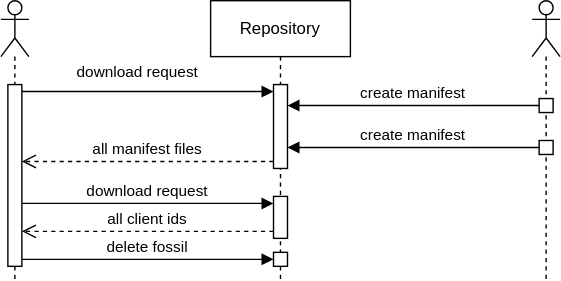
Earlier version of the draw.io export paper/figures/manifest_ordering.drawio.svg (Deric-W/vinculum). Source tidied: cells renumbered, new cells last; positions are measured from the earlier drawing's top-left corner, leaving out a move shared by most shapes. Source of this version:
```xml
<mxGraphModel>
  <root>
    <mxCell id="0" />
    <mxCell id="1" parent="0" />
    <mxCell id="2" style="shape=umlLifeline;perimeter=lifelinePerimeter;whiteSpace=wrap;newEdgeStyle={&quot;curved&quot;:0,&quot;rounded&quot;:0};participant=umlActor;" parent="1" vertex="1">
      <mxGeometry width="20" height="200" as="geometry" />
    </mxCell>
    <mxCell id="3" style="points=[[0,0,0,0,5],[0,1,0,0,-5],[1,0,0,0,5],[1,1,0,0,-5]];perimeter=orthogonalPerimeter;outlineConnect=0;targetShapes=umlLifeline;portConstraint=eastwest;newEdgeStyle={&quot;curved&quot;:0,&quot;rounded&quot;:0};" parent="2" vertex="1">
      <mxGeometry x="5" y="60" width="10" height="130" as="geometry" />
    </mxCell>
    <mxCell id="4" value="Repository" style="shape=umlLifeline;perimeter=lifelinePerimeter;whiteSpace=wrap;newEdgeStyle={&quot;curved&quot;:0,&quot;rounded&quot;:0};" parent="1" vertex="1">
      <mxGeometry x="150" width="100" height="200" as="geometry" />
    </mxCell>
    <mxCell id="5" style="points=[[0,0,0,0,5],[0,1,0,0,-5],[1,0,0,0,5],[1,1,0,0,-5]];perimeter=orthogonalPerimeter;outlineConnect=0;targetShapes=umlLifeline;portConstraint=eastwest;newEdgeStyle={&quot;curved&quot;:0,&quot;rounded&quot;:0};" parent="4" vertex="1">
      <mxGeometry x="45" y="60" width="10" height="60" as="geometry" />
    </mxCell>
    <mxCell id="6" style="points=[[0,0,0,0,5],[0,1,0,0,-5],[1,0,0,0,5],[1,1,0,0,-5]];perimeter=orthogonalPerimeter;outlineConnect=0;targetShapes=umlLifeline;portConstraint=eastwest;newEdgeStyle={&quot;curved&quot;:0,&quot;rounded&quot;:0};" parent="4" vertex="1">
      <mxGeometry x="45" y="180" width="10" height="10" as="geometry" />
    </mxCell>
    <mxCell id="7" style="points=[[0,0,0,0,5],[0,1,0,0,-5],[1,0,0,0,5],[1,1,0,0,-5]];perimeter=orthogonalPerimeter;outlineConnect=0;targetShapes=umlLifeline;portConstraint=eastwest;newEdgeStyle={&quot;curved&quot;:0,&quot;rounded&quot;:0};" parent="4" vertex="1">
      <mxGeometry x="45" y="140" width="10" height="30" as="geometry" />
    </mxCell>
    <mxCell id="8" value="download request" style="verticalAlign=bottom;endArrow=block;curved=0;rounded=0;entryX=0;entryY=0;entryDx=0;entryDy=5;exitX=1;exitY=0;exitDx=0;exitDy=5;exitPerimeter=0;" parent="1" edge="1" source="3" target="5">
      <mxGeometry x="-0.08" y="5" relative="1" as="geometry" />
    </mxCell>
    <mxCell id="9" value="all manifest files" style="verticalAlign=bottom;endArrow=open;dashed=1;endSize=8;curved=0;rounded=0;exitX=0;exitY=1;exitDx=0;exitDy=-5;" parent="1" edge="1" source="5" target="3">
      <mxGeometry relative="1" as="geometry" />
    </mxCell>
    <mxCell id="10" value="delete fossil" style="verticalAlign=bottom;endArrow=block;curved=0;rounded=0;entryX=0;entryY=0;entryDx=0;entryDy=5;" parent="1" edge="1" source="3" target="6">
      <mxGeometry relative="1" as="geometry" />
    </mxCell>
    <mxCell id="11" value="download request" style="verticalAlign=bottom;endArrow=block;curved=0;rounded=0;entryX=0;entryY=0;entryDx=0;entryDy=5;" parent="1" edge="1" source="3" target="7">
      <mxGeometry relative="1" as="geometry" />
    </mxCell>
    <mxCell id="12" value="all client ids" style="verticalAlign=bottom;endArrow=open;dashed=1;endSize=8;curved=0;rounded=0;exitX=0;exitY=1;exitDx=0;exitDy=-5;" parent="1" edge="1" source="7" target="3">
      <mxGeometry relative="1" as="geometry" />
    </mxCell>
    <mxCell id="13" style="shape=umlLifeline;perimeter=lifelinePerimeter;whiteSpace=wrap;newEdgeStyle={&quot;curved&quot;:0,&quot;rounded&quot;:0};participant=umlActor;" parent="1" vertex="1">
      <mxGeometry x="380" width="20" height="200" as="geometry" />
    </mxCell>
    <mxCell id="14" style="points=[[0,0,0,0,5],[0,1,0,0,-5],[1,0,0,0,5],[1,1,0,0,-5]];perimeter=orthogonalPerimeter;outlineConnect=0;targetShapes=umlLifeline;portConstraint=eastwest;newEdgeStyle={&quot;curved&quot;:0,&quot;rounded&quot;:0};" parent="13" vertex="1">
      <mxGeometry x="5" y="70" width="10" height="10" as="geometry" />
    </mxCell>
    <mxCell id="15" style="points=[[0,0,0,0,5],[0,1,0,0,-5],[1,0,0,0,5],[1,1,0,0,-5]];perimeter=orthogonalPerimeter;outlineConnect=0;targetShapes=umlLifeline;portConstraint=eastwest;newEdgeStyle={&quot;curved&quot;:0,&quot;rounded&quot;:0};" parent="13" vertex="1">
      <mxGeometry x="5" y="100" width="10" height="10" as="geometry" />
    </mxCell>
    <mxCell id="16" value="create manifest" style="verticalAlign=bottom;endArrow=block;curved=0;rounded=0;exitX=0;exitY=0;exitDx=0;exitDy=5;exitPerimeter=0;" parent="13" edge="1" source="15">
      <mxGeometry relative="1" as="geometry">
        <mxPoint x="-175" y="105" as="targetPoint" />
      </mxGeometry>
    </mxCell>
    <mxCell id="17" value="create manifest" style="verticalAlign=bottom;endArrow=block;curved=0;rounded=0;exitX=0;exitY=0;exitDx=0;exitDy=5;exitPerimeter=0;" parent="1" edge="1" source="14" target="5">
      <mxGeometry relative="1" as="geometry" />
    </mxCell>
  </root>
</mxGraphModel>
```
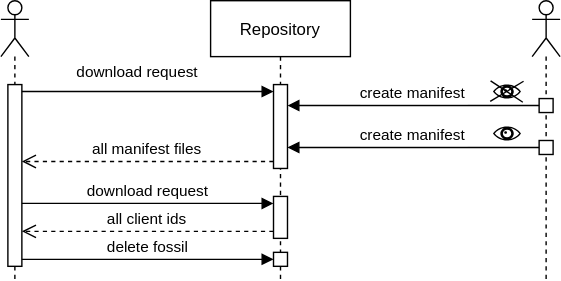
The same file after the commit.

What changed in the source:
```diff
@@ -2,13 +2,13 @@
   <root>
     <mxCell id="0" />
     <mxCell id="1" parent="0" />
-    <mxCell id="2" style="shape=umlLifeline;perimeter=lifelinePerimeter;whiteSpace=wrap;newEdgeStyle={&quot;curved&quot;:0,&quot;rounded&quot;:0};participant=umlActor;" parent="1" vertex="1">
-      <mxGeometry width="20" height="200" as="geometry" />
-    </mxCell>
+    <mxCell id="18" style="shape=umlLifeline;perimeter=lifelinePerimeter;newEdgeStyle={&quot;curved&quot;:0,&quot;rounded&quot;:0};participant=umlActor;" parent="1" vertex="1">
+      <mxGeometry width="20" height="200" as="geometry" />
+    </mxCell>
-    <mxCell id="3" style="points=[[0,0,0,0,5],[0,1,0,0,-5],[1,0,0,0,5],[1,1,0,0,-5]];perimeter=orthogonalPerimeter;outlineConnect=0;targetShapes=umlLifeline;portConstraint=eastwest;newEdgeStyle={&quot;curved&quot;:0,&quot;rounded&quot;:0};" parent="2" vertex="1">
+    <mxCell id="3" style="points=[[0,0,0,0,5],[0,1,0,0,-5],[1,0,0,0,5],[1,1,0,0,-5]];perimeter=orthogonalPerimeter;outlineConnect=0;targetShapes=umlLifeline;portConstraint=eastwest;newEdgeStyle={&quot;curved&quot;:0,&quot;rounded&quot;:0};" parent="18" vertex="1">
       <mxGeometry x="5" y="60" width="10" height="130" as="geometry" />
     </mxCell>
-    <mxCell id="4" value="Repository" style="shape=umlLifeline;perimeter=lifelinePerimeter;whiteSpace=wrap;newEdgeStyle={&quot;curved&quot;:0,&quot;rounded&quot;:0};" parent="1" vertex="1">
+    <mxCell id="4" value="Repository" style="shape=umlLifeline;perimeter=lifelinePerimeter;newEdgeStyle={&quot;curved&quot;:0,&quot;rounded&quot;:0};" parent="1" vertex="1">
       <mxGeometry x="150" width="100" height="200" as="geometry" />
     </mxCell>
     <mxCell id="5" style="points=[[0,0,0,0,5],[0,1,0,0,-5],[1,0,0,0,5],[1,1,0,0,-5]];perimeter=orthogonalPerimeter;outlineConnect=0;targetShapes=umlLifeline;portConstraint=eastwest;newEdgeStyle={&quot;curved&quot;:0,&quot;rounded&quot;:0};" parent="4" vertex="1">
@@ -35,22 +35,34 @@
     <mxCell id="12" value="all client ids" style="verticalAlign=bottom;endArrow=open;dashed=1;endSize=8;curved=0;rounded=0;exitX=0;exitY=1;exitDx=0;exitDy=-5;" parent="1" edge="1" source="7" target="3">
       <mxGeometry relative="1" as="geometry" />
     </mxCell>
-    <mxCell id="13" style="shape=umlLifeline;perimeter=lifelinePerimeter;whiteSpace=wrap;newEdgeStyle={&quot;curved&quot;:0,&quot;rounded&quot;:0};participant=umlActor;" parent="1" vertex="1">
-      <mxGeometry x="380" width="20" height="200" as="geometry" />
-    </mxCell>
+    <mxCell id="19" style="shape=umlLifeline;perimeter=lifelinePerimeter;newEdgeStyle={&quot;curved&quot;:0,&quot;rounded&quot;:0};participant=umlActor;" parent="1" vertex="1">
+      <mxGeometry x="380" width="20" height="200" as="geometry" />
+    </mxCell>
-    <mxCell id="14" style="points=[[0,0,0,0,5],[0,1,0,0,-5],[1,0,0,0,5],[1,1,0,0,-5]];perimeter=orthogonalPerimeter;outlineConnect=0;targetShapes=umlLifeline;portConstraint=eastwest;newEdgeStyle={&quot;curved&quot;:0,&quot;rounded&quot;:0};" parent="13" vertex="1">
+    <mxCell id="14" style="points=[[0,0,0,0,5],[0,1,0,0,-5],[1,0,0,0,5],[1,1,0,0,-5]];perimeter=orthogonalPerimeter;outlineConnect=0;targetShapes=umlLifeline;portConstraint=eastwest;newEdgeStyle={&quot;curved&quot;:0,&quot;rounded&quot;:0};" parent="19" vertex="1">
       <mxGeometry x="5" y="70" width="10" height="10" as="geometry" />
     </mxCell>
-    <mxCell id="15" style="points=[[0,0,0,0,5],[0,1,0,0,-5],[1,0,0,0,5],[1,1,0,0,-5]];perimeter=orthogonalPerimeter;outlineConnect=0;targetShapes=umlLifeline;portConstraint=eastwest;newEdgeStyle={&quot;curved&quot;:0,&quot;rounded&quot;:0};" parent="13" vertex="1">
+    <mxCell id="15" style="points=[[0,0,0,0,5],[0,1,0,0,-5],[1,0,0,0,5],[1,1,0,0,-5]];perimeter=orthogonalPerimeter;outlineConnect=0;targetShapes=umlLifeline;portConstraint=eastwest;newEdgeStyle={&quot;curved&quot;:0,&quot;rounded&quot;:0};" parent="19" vertex="1">
       <mxGeometry x="5" y="100" width="10" height="10" as="geometry" />
     </mxCell>
-    <mxCell id="16" value="create manifest" style="verticalAlign=bottom;endArrow=block;curved=0;rounded=0;exitX=0;exitY=0;exitDx=0;exitDy=5;exitPerimeter=0;" parent="13" edge="1" source="15">
-      <mxGeometry relative="1" as="geometry">
-        <mxPoint x="-175" y="105" as="targetPoint" />
-      </mxGeometry>
-    </mxCell>
+    <mxCell id="20" value="create manifest" style="verticalAlign=bottom;endArrow=block;curved=0;rounded=0;exitX=0;exitY=0;exitDx=0;exitDy=5;exitPerimeter=0;" parent="19" edge="1" source="15">
+      <mxGeometry relative="1" as="geometry">
+        <mxPoint x="-175" y="105" as="targetPoint" />
+      </mxGeometry>
+    </mxCell>
     <mxCell id="17" value="create manifest" style="verticalAlign=bottom;endArrow=block;curved=0;rounded=0;exitX=0;exitY=0;exitDx=0;exitDy=5;exitPerimeter=0;" parent="1" edge="1" source="14" target="5">
       <mxGeometry relative="1" as="geometry" />
     </mxCell>
+    <mxCell id="21" style="shape=mxgraph.signs.healthcare.eye;fillColor=#000000;strokeColor=none;verticalLabelPosition=bottom;verticalAlign=top;align=center;" parent="1" vertex="1">
+      <mxGeometry x="352" y="90" width="20" height="10" as="geometry" />
+    </mxCell>
+    <mxCell id="22" style="shape=mxgraph.signs.healthcare.eye;fillColor=#000000;strokeColor=none;verticalLabelPosition=bottom;verticalAlign=top;align=center;" parent="1" vertex="1">
+      <mxGeometry x="352" y="60" width="20" height="10" as="geometry" />
+    </mxCell>
+    <mxCell id="23" style="endArrow=none;rounded=0;entryX=1.094;entryY=-0.239;entryDx=0;entryDy=0;entryPerimeter=0;exitX=-0.1;exitY=1.206;exitDx=0;exitDy=0;exitPerimeter=0;" parent="1" edge="1" source="22" target="22">
+      <mxGeometry relative="1" as="geometry" />
+    </mxCell>
+    <mxCell id="24" style="endArrow=none;rounded=0;entryX=1.067;entryY=1.261;entryDx=0;entryDy=0;entryPerimeter=0;exitX=-0.086;exitY=-0.267;exitDx=0;exitDy=0;exitPerimeter=0;" parent="1" edge="1" source="22" target="22">
+      <mxGeometry relative="1" as="geometry" />
+    </mxCell>
   </root>
 </mxGraphModel>
```
